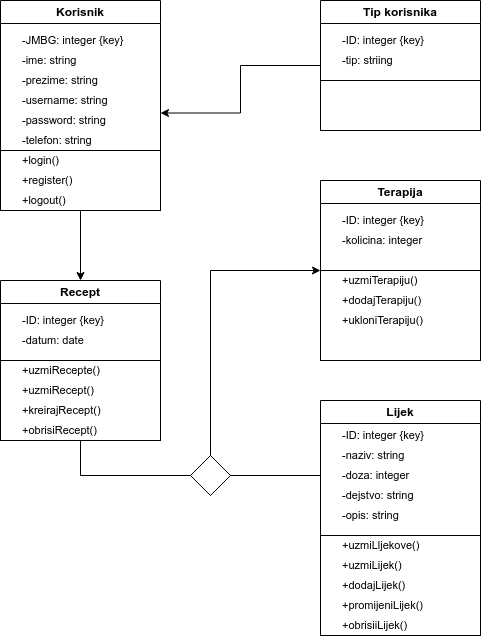
The draw.io diagram docs/Izvjestaj1/DesignClassDiagram.png in Balsa-Dogandzic/OnlinePharmacy, before a commit. Source tidied: cells renumbered, new cells last; positions are measured from the earlier drawing's top-left corner, leaving out a move shared by most shapes. The source it was exported from:
```xml
<mxGraphModel background="#FFFFFF">
  <root>
    <mxCell id="0" />
    <mxCell id="1" parent="0" />
    <mxCell id="2" value="Korisnik" style="swimlane;whiteSpace=wrap;html=1;" parent="1" vertex="1">
      <mxGeometry width="160" height="150" as="geometry" />
    </mxCell>
    <mxCell id="3" value="-JMBG: integer {key}" style="text;html=1;align=left;verticalAlign=middle;whiteSpace=wrap;rounded=0;fontFamily=Helvetica;fontSize=11;fontColor=default;labelBackgroundColor=default;" parent="2" vertex="1">
      <mxGeometry x="20" y="30" width="120" height="20" as="geometry" />
    </mxCell>
    <mxCell id="4" value="-ime: string" style="text;html=1;align=left;verticalAlign=middle;whiteSpace=wrap;rounded=0;fontFamily=Helvetica;fontSize=11;fontColor=default;labelBackgroundColor=default;" parent="2" vertex="1">
      <mxGeometry x="20" y="50" width="120" height="20" as="geometry" />
    </mxCell>
    <mxCell id="5" value="-prezime: string&lt;span style=&quot;color: rgba(0, 0, 0, 0); font-family: monospace; font-size: 0px; text-wrap: nowrap; background-color: rgb(251, 251, 251);&quot;&gt;%3Cm:xGraphModel%3E%3Croot%3E%3CmxCell%20id%3D%220%22%2F%3E%3CmxCell%20id%3D%221%22%20parent%3D%220%22%2F%3E%3CmxCell%20id%3D%222%22%20value%3D%22ime%22%20style%3D%22text%3Bhtml%3D1%3Balign%3Dleft%3BverticalAlign%3Dmiddle%3BwhiteSpace%3Dwrap%3Brounded%3D0%3BfontFamily%3DHelvetica%3BfontSize%3D11%3BfontColor%3Ddefault%3BlabelBackgroundColor%3Ddefault%3B%22%20vertex%3D%221%22%20parent%3D%221%22%3E%3CmxGeometry%20x%3D%22300%22%20y%3D%2290%22%20width%3D%22120%22%20height%3D%2220%22%20as%3D%22geometry%22%2F%3E%3C%2FmxCell%3E%3C%2Froot%3E%3C%2FmxGraphModel%3E:&lt;/span&gt;" style="text;html=1;align=left;verticalAlign=middle;whiteSpace=wrap;rounded=0;fontFamily=Helvetica;fontSize=11;fontColor=default;labelBackgroundColor=default;" parent="2" vertex="1">
      <mxGeometry x="20" y="70" width="120" height="20" as="geometry" />
    </mxCell>
    <mxCell id="6" value="-username: string" style="text;html=1;align=left;verticalAlign=middle;whiteSpace=wrap;rounded=0;fontFamily=Helvetica;fontSize=11;fontColor=default;labelBackgroundColor=default;" parent="2" vertex="1">
      <mxGeometry x="20" y="90" width="120" height="20" as="geometry" />
    </mxCell>
    <mxCell id="7" value="-password: string" style="text;html=1;align=left;verticalAlign=middle;whiteSpace=wrap;rounded=0;fontFamily=Helvetica;fontSize=11;fontColor=default;labelBackgroundColor=default;" parent="2" vertex="1">
      <mxGeometry x="20" y="110" width="120" height="20" as="geometry" />
    </mxCell>
    <mxCell id="8" value="-telefon: string" style="text;html=1;align=left;verticalAlign=middle;whiteSpace=wrap;rounded=0;fontFamily=Helvetica;fontSize=11;fontColor=default;labelBackgroundColor=default;" parent="2" vertex="1">
      <mxGeometry x="20" y="130" width="120" height="20" as="geometry" />
    </mxCell>
    <mxCell id="9" style="edgeStyle=orthogonalEdgeStyle;rounded=0;jettySize=auto;html=1;exitX=0;exitY=0.5;exitDx=0;exitDy=0;entryX=0.5;entryY=1;entryDx=0;entryDy=0;endArrow=none;endFill=0;" parent="1" edge="1" source="10" target="36">
      <mxGeometry relative="1" as="geometry" />
    </mxCell>
    <mxCell id="10" value="Lijek" style="swimlane;whiteSpace=wrap;html=1;" parent="1" vertex="1">
      <mxGeometry x="320" y="400" width="160" height="150" as="geometry" />
    </mxCell>
    <mxCell id="11" value="-ID: integer {key}" style="text;html=1;align=left;verticalAlign=middle;whiteSpace=wrap;rounded=0;fontFamily=Helvetica;fontSize=11;fontColor=default;labelBackgroundColor=default;" parent="10" vertex="1">
      <mxGeometry x="20" y="25" width="120" height="20" as="geometry" />
    </mxCell>
    <mxCell id="12" value="-naziv: string" style="text;html=1;align=left;verticalAlign=middle;whiteSpace=wrap;rounded=0;fontFamily=Helvetica;fontSize=11;fontColor=default;labelBackgroundColor=default;" parent="10" vertex="1">
      <mxGeometry x="20" y="45" width="120" height="20" as="geometry" />
    </mxCell>
    <mxCell id="13" value="-doza: integer" style="text;html=1;align=left;verticalAlign=middle;whiteSpace=wrap;rounded=0;fontFamily=Helvetica;fontSize=11;fontColor=default;labelBackgroundColor=default;" parent="10" vertex="1">
      <mxGeometry x="20" y="65" width="120" height="20" as="geometry" />
    </mxCell>
    <mxCell id="14" value="-dejstvo: string" style="text;html=1;align=left;verticalAlign=middle;whiteSpace=wrap;rounded=0;fontFamily=Helvetica;fontSize=11;fontColor=default;labelBackgroundColor=default;" parent="10" vertex="1">
      <mxGeometry x="20" y="85" width="120" height="20" as="geometry" />
    </mxCell>
    <mxCell id="15" value="-opis: string" style="text;html=1;align=left;verticalAlign=middle;whiteSpace=wrap;rounded=0;fontFamily=Helvetica;fontSize=11;fontColor=default;labelBackgroundColor=default;" parent="10" vertex="1">
      <mxGeometry x="20" y="105" width="120" height="20" as="geometry" />
    </mxCell>
    <mxCell id="16" style="edgeStyle=orthogonalEdgeStyle;rounded=0;jettySize=auto;html=1;exitX=0;exitY=0.5;exitDx=0;exitDy=0;entryX=1;entryY=0.75;entryDx=0;entryDy=0;" parent="1" edge="1" source="17" target="2">
      <mxGeometry relative="1" as="geometry" />
    </mxCell>
    <mxCell id="17" value="Tip korisnika" style="swimlane;whiteSpace=wrap;html=1;" parent="1" vertex="1">
      <mxGeometry x="320" width="160" height="130" as="geometry" />
    </mxCell>
    <mxCell id="18" value="-ID: integer {key}" style="text;html=1;align=left;verticalAlign=middle;whiteSpace=wrap;rounded=0;fontFamily=Helvetica;fontSize=11;fontColor=default;labelBackgroundColor=default;" parent="17" vertex="1">
      <mxGeometry x="20" y="30" width="120" height="20" as="geometry" />
    </mxCell>
    <mxCell id="19" value="-tip: striing" style="text;html=1;align=left;verticalAlign=middle;whiteSpace=wrap;rounded=0;fontFamily=Helvetica;fontSize=11;fontColor=default;labelBackgroundColor=default;" parent="17" vertex="1">
      <mxGeometry x="20" y="50" width="120" height="20" as="geometry" />
    </mxCell>
    <mxCell id="20" style="rounded=0;whiteSpace=wrap;html=1;" parent="17" vertex="1">
      <mxGeometry y="80" width="160" height="50" as="geometry" />
    </mxCell>
    <mxCell id="21" style="edgeStyle=orthogonalEdgeStyle;rounded=0;jettySize=auto;html=1;exitX=0;exitY=0.5;exitDx=0;exitDy=0;entryX=0.5;entryY=0;entryDx=0;entryDy=0;startArrow=classic;startFill=1;endArrow=none;endFill=0;" parent="1" edge="1" source="22" target="48">
      <mxGeometry relative="1" as="geometry" />
    </mxCell>
    <mxCell id="22" value="Terapija" style="swimlane;whiteSpace=wrap;html=1;" parent="1" vertex="1">
      <mxGeometry x="320" y="180" width="160" height="180" as="geometry" />
    </mxCell>
    <mxCell id="23" value="-ID: integer {key}" style="text;html=1;align=left;verticalAlign=middle;whiteSpace=wrap;rounded=0;fontFamily=Helvetica;fontSize=11;fontColor=default;labelBackgroundColor=default;" parent="22" vertex="1">
      <mxGeometry x="20" y="30" width="120" height="20" as="geometry" />
    </mxCell>
    <mxCell id="24" value="-kolicina: integer" style="text;html=1;align=left;verticalAlign=middle;whiteSpace=wrap;rounded=0;fontFamily=Helvetica;fontSize=11;fontColor=default;labelBackgroundColor=default;" parent="22" vertex="1">
      <mxGeometry x="20" y="50" width="120" height="20" as="geometry" />
    </mxCell>
    <mxCell id="25" style="rounded=0;whiteSpace=wrap;html=1;" parent="22" vertex="1">
      <mxGeometry y="90" width="160" height="90" as="geometry" />
    </mxCell>
    <mxCell id="26" value="+uzmiTerapiju()" style="text;html=1;align=left;verticalAlign=middle;whiteSpace=wrap;rounded=0;fontFamily=Helvetica;fontSize=11;fontColor=default;labelBackgroundColor=default;" parent="22" vertex="1">
      <mxGeometry x="20" y="90" width="120" height="20" as="geometry" />
    </mxCell>
    <mxCell id="27" value="+dodajTerapiju()" style="text;html=1;align=left;verticalAlign=middle;whiteSpace=wrap;rounded=0;fontFamily=Helvetica;fontSize=11;fontColor=default;labelBackgroundColor=default;" parent="22" vertex="1">
      <mxGeometry x="20" y="110" width="120" height="20" as="geometry" />
    </mxCell>
    <mxCell id="28" value="+ukloniTerapiju()" style="text;html=1;align=left;verticalAlign=middle;whiteSpace=wrap;rounded=0;fontFamily=Helvetica;fontSize=11;fontColor=default;labelBackgroundColor=default;" parent="22" vertex="1">
      <mxGeometry x="20" y="130" width="120" height="20" as="geometry" />
    </mxCell>
    <mxCell id="29" value="Recept" style="swimlane;whiteSpace=wrap;html=1;" parent="1" vertex="1">
      <mxGeometry y="280" width="160" height="160" as="geometry" />
    </mxCell>
    <mxCell id="30" value="-ID: integer {key}" style="text;html=1;align=left;verticalAlign=middle;whiteSpace=wrap;rounded=0;fontFamily=Helvetica;fontSize=11;fontColor=default;labelBackgroundColor=default;" parent="29" vertex="1">
      <mxGeometry x="20" y="30" width="120" height="20" as="geometry" />
    </mxCell>
    <mxCell id="31" value="-datum: date" style="text;html=1;align=left;verticalAlign=middle;whiteSpace=wrap;rounded=0;fontFamily=Helvetica;fontSize=11;fontColor=default;labelBackgroundColor=default;" parent="29" vertex="1">
      <mxGeometry x="20" y="50" width="120" height="20" as="geometry" />
    </mxCell>
    <mxCell id="32" style="rounded=0;whiteSpace=wrap;html=1;" parent="29" vertex="1">
      <mxGeometry y="80" width="160" height="80" as="geometry" />
    </mxCell>
    <mxCell id="33" value="+uzmiRecepte()" style="text;html=1;align=left;verticalAlign=middle;whiteSpace=wrap;rounded=0;fontFamily=Helvetica;fontSize=11;fontColor=default;labelBackgroundColor=default;" parent="29" vertex="1">
      <mxGeometry x="20" y="80" width="120" height="20" as="geometry" />
    </mxCell>
    <mxCell id="34" value="+uzmiRecept()" style="text;html=1;align=left;verticalAlign=middle;whiteSpace=wrap;rounded=0;fontFamily=Helvetica;fontSize=11;fontColor=default;labelBackgroundColor=default;" parent="29" vertex="1">
      <mxGeometry x="20" y="100" width="120" height="20" as="geometry" />
    </mxCell>
    <mxCell id="35" value="+kreirajRecept()" style="text;html=1;align=left;verticalAlign=middle;whiteSpace=wrap;rounded=0;fontFamily=Helvetica;fontSize=11;fontColor=default;labelBackgroundColor=default;" parent="29" vertex="1">
      <mxGeometry x="20" y="120" width="120" height="20" as="geometry" />
    </mxCell>
    <mxCell id="36" value="+obrisiRecept()" style="text;html=1;align=left;verticalAlign=middle;whiteSpace=wrap;rounded=0;fontFamily=Helvetica;fontSize=11;fontColor=default;labelBackgroundColor=default;" parent="29" vertex="1">
      <mxGeometry x="20" y="140" width="120" height="20" as="geometry" />
    </mxCell>
    <mxCell id="37" style="rounded=0;whiteSpace=wrap;html=1;" parent="1" vertex="1">
      <mxGeometry y="150" width="160" height="60" as="geometry" />
    </mxCell>
    <mxCell id="38" style="rounded=0;whiteSpace=wrap;html=1;" parent="1" vertex="1">
      <mxGeometry x="320" y="535" width="160" height="100" as="geometry" />
    </mxCell>
    <mxCell id="39" value="+login()" style="text;html=1;align=left;verticalAlign=middle;whiteSpace=wrap;rounded=0;fontFamily=Helvetica;fontSize=11;fontColor=default;labelBackgroundColor=default;" parent="1" vertex="1">
      <mxGeometry x="20" y="150" width="120" height="20" as="geometry" />
    </mxCell>
    <mxCell id="40" value="+register()" style="text;html=1;align=left;verticalAlign=middle;whiteSpace=wrap;rounded=0;fontFamily=Helvetica;fontSize=11;fontColor=default;labelBackgroundColor=default;" parent="1" vertex="1">
      <mxGeometry x="20" y="170" width="120" height="20" as="geometry" />
    </mxCell>
    <mxCell id="41" style="edgeStyle=orthogonalEdgeStyle;rounded=0;jettySize=auto;html=1;exitX=0.5;exitY=1;exitDx=0;exitDy=0;entryX=0.5;entryY=0;entryDx=0;entryDy=0;" parent="1" edge="1" source="42" target="29">
      <mxGeometry relative="1" as="geometry" />
    </mxCell>
    <mxCell id="42" value="+logout()" style="text;html=1;align=left;verticalAlign=middle;whiteSpace=wrap;rounded=0;fontFamily=Helvetica;fontSize=11;fontColor=default;labelBackgroundColor=default;" parent="1" vertex="1">
      <mxGeometry x="20" y="190" width="120" height="20" as="geometry" />
    </mxCell>
    <mxCell id="43" value="+uzmiLljekove()" style="text;html=1;align=left;verticalAlign=middle;whiteSpace=wrap;rounded=0;fontFamily=Helvetica;fontSize=11;fontColor=default;labelBackgroundColor=default;" parent="1" vertex="1">
      <mxGeometry x="340" y="535" width="120" height="20" as="geometry" />
    </mxCell>
    <mxCell id="44" value="+uzmiLijek()" style="text;html=1;align=left;verticalAlign=middle;whiteSpace=wrap;rounded=0;fontFamily=Helvetica;fontSize=11;fontColor=default;labelBackgroundColor=default;" parent="1" vertex="1">
      <mxGeometry x="340" y="555" width="120" height="20" as="geometry" />
    </mxCell>
    <mxCell id="45" value="+dodajLijek()" style="text;html=1;align=left;verticalAlign=middle;whiteSpace=wrap;rounded=0;fontFamily=Helvetica;fontSize=11;fontColor=default;labelBackgroundColor=default;" parent="1" vertex="1">
      <mxGeometry x="340" y="575" width="120" height="20" as="geometry" />
    </mxCell>
    <mxCell id="46" value="+promijeniLijek()" style="text;html=1;align=left;verticalAlign=middle;whiteSpace=wrap;rounded=0;fontFamily=Helvetica;fontSize=11;fontColor=default;labelBackgroundColor=default;" parent="1" vertex="1">
      <mxGeometry x="340" y="595" width="120" height="20" as="geometry" />
    </mxCell>
    <mxCell id="47" value="+obrisiiLijek()" style="text;html=1;align=left;verticalAlign=middle;whiteSpace=wrap;rounded=0;fontFamily=Helvetica;fontSize=11;fontColor=default;labelBackgroundColor=default;" parent="1" vertex="1">
      <mxGeometry x="340" y="615" width="120" height="20" as="geometry" />
    </mxCell>
    <mxCell id="48" style="rhombus;whiteSpace=wrap;html=1;" parent="1" vertex="1">
      <mxGeometry x="190" y="455" width="40" height="40" as="geometry" />
    </mxCell>
  </root>
</mxGraphModel>
```
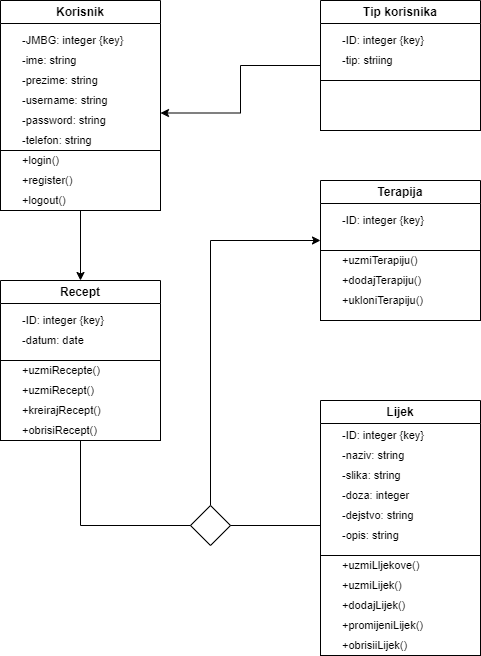
The same file after the commit.

Diff of the diagram source:
```diff
@@ -27,7 +27,7 @@
       <mxGeometry relative="1" as="geometry" />
     </mxCell>
     <mxCell id="10" value="Lijek" style="swimlane;whiteSpace=wrap;html=1;" parent="1" vertex="1">
-      <mxGeometry x="320" y="400" width="160" height="150" as="geometry" />
+      <mxGeometry x="320" y="400" width="160" height="250" as="geometry" />
     </mxCell>
     <mxCell id="11" value="-ID: integer {key}" style="text;html=1;align=left;verticalAlign=middle;whiteSpace=wrap;rounded=0;fontFamily=Helvetica;fontSize=11;fontColor=default;labelBackgroundColor=default;" parent="10" vertex="1">
       <mxGeometry x="20" y="25" width="120" height="20" as="geometry" />
@@ -36,14 +36,35 @@
       <mxGeometry x="20" y="45" width="120" height="20" as="geometry" />
     </mxCell>
     <mxCell id="13" value="-doza: integer" style="text;html=1;align=left;verticalAlign=middle;whiteSpace=wrap;rounded=0;fontFamily=Helvetica;fontSize=11;fontColor=default;labelBackgroundColor=default;" parent="10" vertex="1">
-      <mxGeometry x="20" y="65" width="120" height="20" as="geometry" />
+      <mxGeometry x="20" y="85" width="120" height="20" as="geometry" />
     </mxCell>
     <mxCell id="14" value="-dejstvo: string" style="text;html=1;align=left;verticalAlign=middle;whiteSpace=wrap;rounded=0;fontFamily=Helvetica;fontSize=11;fontColor=default;labelBackgroundColor=default;" parent="10" vertex="1">
-      <mxGeometry x="20" y="85" width="120" height="20" as="geometry" />
+      <mxGeometry x="20" y="105" width="120" height="20" as="geometry" />
     </mxCell>
     <mxCell id="15" value="-opis: string" style="text;html=1;align=left;verticalAlign=middle;whiteSpace=wrap;rounded=0;fontFamily=Helvetica;fontSize=11;fontColor=default;labelBackgroundColor=default;" parent="10" vertex="1">
-      <mxGeometry x="20" y="105" width="120" height="20" as="geometry" />
+      <mxGeometry x="20" y="125" width="120" height="20" as="geometry" />
     </mxCell>
+    <mxCell id="38" style="rounded=0;whiteSpace=wrap;html=1;" parent="10" vertex="1">
+      <mxGeometry y="155" width="160" height="100" as="geometry" />
+    </mxCell>
+    <mxCell id="43" value="+uzmiLljekove()" style="text;html=1;align=left;verticalAlign=middle;whiteSpace=wrap;rounded=0;fontFamily=Helvetica;fontSize=11;fontColor=default;labelBackgroundColor=default;" parent="10" vertex="1">
+      <mxGeometry x="20" y="155" width="120" height="20" as="geometry" />
+    </mxCell>
+    <mxCell id="44" value="+uzmiLijek()" style="text;html=1;align=left;verticalAlign=middle;whiteSpace=wrap;rounded=0;fontFamily=Helvetica;fontSize=11;fontColor=default;labelBackgroundColor=default;" parent="10" vertex="1">
+      <mxGeometry x="20" y="175" width="120" height="20" as="geometry" />
+    </mxCell>
+    <mxCell id="45" value="+dodajLijek()" style="text;html=1;align=left;verticalAlign=middle;whiteSpace=wrap;rounded=0;fontFamily=Helvetica;fontSize=11;fontColor=default;labelBackgroundColor=default;" parent="10" vertex="1">
+      <mxGeometry x="20" y="195" width="120" height="20" as="geometry" />
+    </mxCell>
+    <mxCell id="46" value="+promijeniLijek()" style="text;html=1;align=left;verticalAlign=middle;whiteSpace=wrap;rounded=0;fontFamily=Helvetica;fontSize=11;fontColor=default;labelBackgroundColor=default;" parent="10" vertex="1">
+      <mxGeometry x="20" y="215" width="120" height="20" as="geometry" />
+    </mxCell>
+    <mxCell id="47" value="+obrisiiLijek()" style="text;html=1;align=left;verticalAlign=middle;whiteSpace=wrap;rounded=0;fontFamily=Helvetica;fontSize=11;fontColor=default;labelBackgroundColor=default;" parent="10" vertex="1">
+      <mxGeometry x="20" y="235" width="120" height="20" as="geometry" />
+    </mxCell>
+    <mxCell id="49" value="-slika: string" style="text;html=1;align=left;verticalAlign=middle;whiteSpace=wrap;rounded=0;fontFamily=Helvetica;fontSize=11;fontColor=default;labelBackgroundColor=default;" parent="10" vertex="1">
+      <mxGeometry x="20" y="65" width="120" height="20" as="geometry" />
+    </mxCell>
     <mxCell id="16" style="edgeStyle=orthogonalEdgeStyle;rounded=0;jettySize=auto;html=1;exitX=0;exitY=0.5;exitDx=0;exitDy=0;entryX=1;entryY=0.75;entryDx=0;entryDy=0;" parent="1" edge="1" source="17" target="2">
       <mxGeometry relative="1" as="geometry" />
     </mxCell>
@@ -63,25 +84,22 @@
       <mxGeometry relative="1" as="geometry" />
     </mxCell>
     <mxCell id="22" value="Terapija" style="swimlane;whiteSpace=wrap;html=1;" parent="1" vertex="1">
-      <mxGeometry x="320" y="180" width="160" height="180" as="geometry" />
+      <mxGeometry x="320" y="180" width="160" height="120" as="geometry" />
     </mxCell>
     <mxCell id="23" value="-ID: integer {key}" style="text;html=1;align=left;verticalAlign=middle;whiteSpace=wrap;rounded=0;fontFamily=Helvetica;fontSize=11;fontColor=default;labelBackgroundColor=default;" parent="22" vertex="1">
       <mxGeometry x="20" y="30" width="120" height="20" as="geometry" />
     </mxCell>
-    <mxCell id="24" value="-kolicina: integer" style="text;html=1;align=left;verticalAlign=middle;whiteSpace=wrap;rounded=0;fontFamily=Helvetica;fontSize=11;fontColor=default;labelBackgroundColor=default;" parent="22" vertex="1">
-      <mxGeometry x="20" y="50" width="120" height="20" as="geometry" />
-    </mxCell>
     <mxCell id="25" style="rounded=0;whiteSpace=wrap;html=1;" parent="22" vertex="1">
-      <mxGeometry y="90" width="160" height="90" as="geometry" />
+      <mxGeometry y="70" width="160" height="70" as="geometry" />
     </mxCell>
     <mxCell id="26" value="+uzmiTerapiju()" style="text;html=1;align=left;verticalAlign=middle;whiteSpace=wrap;rounded=0;fontFamily=Helvetica;fontSize=11;fontColor=default;labelBackgroundColor=default;" parent="22" vertex="1">
-      <mxGeometry x="20" y="90" width="120" height="20" as="geometry" />
+      <mxGeometry x="20" y="70" width="120" height="20" as="geometry" />
     </mxCell>
     <mxCell id="27" value="+dodajTerapiju()" style="text;html=1;align=left;verticalAlign=middle;whiteSpace=wrap;rounded=0;fontFamily=Helvetica;fontSize=11;fontColor=default;labelBackgroundColor=default;" parent="22" vertex="1">
-      <mxGeometry x="20" y="110" width="120" height="20" as="geometry" />
+      <mxGeometry x="20" y="90" width="120" height="20" as="geometry" />
     </mxCell>
     <mxCell id="28" value="+ukloniTerapiju()" style="text;html=1;align=left;verticalAlign=middle;whiteSpace=wrap;rounded=0;fontFamily=Helvetica;fontSize=11;fontColor=default;labelBackgroundColor=default;" parent="22" vertex="1">
-      <mxGeometry x="20" y="130" width="120" height="20" as="geometry" />
+      <mxGeometry x="20" y="110" width="120" height="20" as="geometry" />
     </mxCell>
     <mxCell id="29" value="Recept" style="swimlane;whiteSpace=wrap;html=1;" parent="1" vertex="1">
       <mxGeometry y="280" width="160" height="160" as="geometry" />
@@ -110,9 +128,6 @@
     <mxCell id="37" style="rounded=0;whiteSpace=wrap;html=1;" parent="1" vertex="1">
       <mxGeometry y="150" width="160" height="60" as="geometry" />
     </mxCell>
-    <mxCell id="38" style="rounded=0;whiteSpace=wrap;html=1;" parent="1" vertex="1">
-      <mxGeometry x="320" y="535" width="160" height="100" as="geometry" />
-    </mxCell>
     <mxCell id="39" value="+login()" style="text;html=1;align=left;verticalAlign=middle;whiteSpace=wrap;rounded=0;fontFamily=Helvetica;fontSize=11;fontColor=default;labelBackgroundColor=default;" parent="1" vertex="1">
       <mxGeometry x="20" y="150" width="120" height="20" as="geometry" />
     </mxCell>
@@ -125,23 +140,8 @@
     <mxCell id="42" value="+logout()" style="text;html=1;align=left;verticalAlign=middle;whiteSpace=wrap;rounded=0;fontFamily=Helvetica;fontSize=11;fontColor=default;labelBackgroundColor=default;" parent="1" vertex="1">
       <mxGeometry x="20" y="190" width="120" height="20" as="geometry" />
     </mxCell>
-    <mxCell id="43" value="+uzmiLljekove()" style="text;html=1;align=left;verticalAlign=middle;whiteSpace=wrap;rounded=0;fontFamily=Helvetica;fontSize=11;fontColor=default;labelBackgroundColor=default;" parent="1" vertex="1">
-      <mxGeometry x="340" y="535" width="120" height="20" as="geometry" />
-    </mxCell>
-    <mxCell id="44" value="+uzmiLijek()" style="text;html=1;align=left;verticalAlign=middle;whiteSpace=wrap;rounded=0;fontFamily=Helvetica;fontSize=11;fontColor=default;labelBackgroundColor=default;" parent="1" vertex="1">
-      <mxGeometry x="340" y="555" width="120" height="20" as="geometry" />
-    </mxCell>
-    <mxCell id="45" value="+dodajLijek()" style="text;html=1;align=left;verticalAlign=middle;whiteSpace=wrap;rounded=0;fontFamily=Helvetica;fontSize=11;fontColor=default;labelBackgroundColor=default;" parent="1" vertex="1">
-      <mxGeometry x="340" y="575" width="120" height="20" as="geometry" />
-    </mxCell>
-    <mxCell id="46" value="+promijeniLijek()" style="text;html=1;align=left;verticalAlign=middle;whiteSpace=wrap;rounded=0;fontFamily=Helvetica;fontSize=11;fontColor=default;labelBackgroundColor=default;" parent="1" vertex="1">
-      <mxGeometry x="340" y="595" width="120" height="20" as="geometry" />
-    </mxCell>
-    <mxCell id="47" value="+obrisiiLijek()" style="text;html=1;align=left;verticalAlign=middle;whiteSpace=wrap;rounded=0;fontFamily=Helvetica;fontSize=11;fontColor=default;labelBackgroundColor=default;" parent="1" vertex="1">
-      <mxGeometry x="340" y="615" width="120" height="20" as="geometry" />
-    </mxCell>
     <mxCell id="48" style="rhombus;whiteSpace=wrap;html=1;" parent="1" vertex="1">
-      <mxGeometry x="190" y="455" width="40" height="40" as="geometry" />
+      <mxGeometry x="190" y="505" width="40" height="40" as="geometry" />
     </mxCell>
   </root>
 </mxGraphModel>
```
